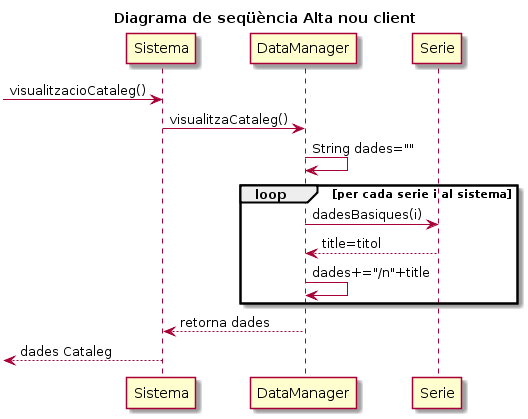
This is uml/img/DS2aFunc.png from IvanSevilla/totserapp, a PlantUML export, as it was before one commit.
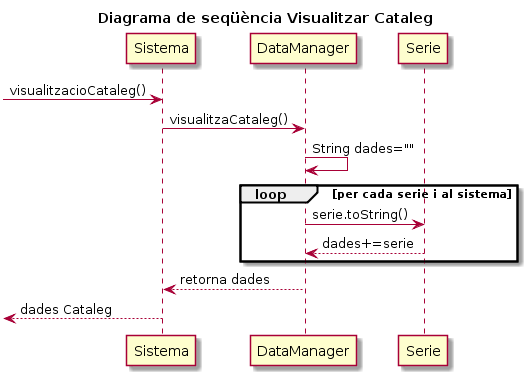
The same file after the commit.

Commit message:
Actualizado DS Visualizar Cataleg.

Change to the diagram source:
```diff
@@ -1,12 +1,11 @@
 @startuml
-title Diagrama de seqüència Alta nou client
+title Diagrama de seqüència Visualitzar Cataleg
 -> Sistema : visualitzacioCataleg()
 Sistema -> DataManager : visualitzaCataleg()
 DataManager -> DataManager : String dades=""
 loop per cada serie i al sistema
-    DataManager -> Serie : dadesBasiques(i)
-    Serie --> DataManager : title=titol
-    DataManager -> DataManager : dades+="/n"+title
+    DataManager -> Serie : serie.toString()
+    Serie --> DataManager : dades+=serie
 end
 
 DataManager --> Sistema: retorna dades
```
